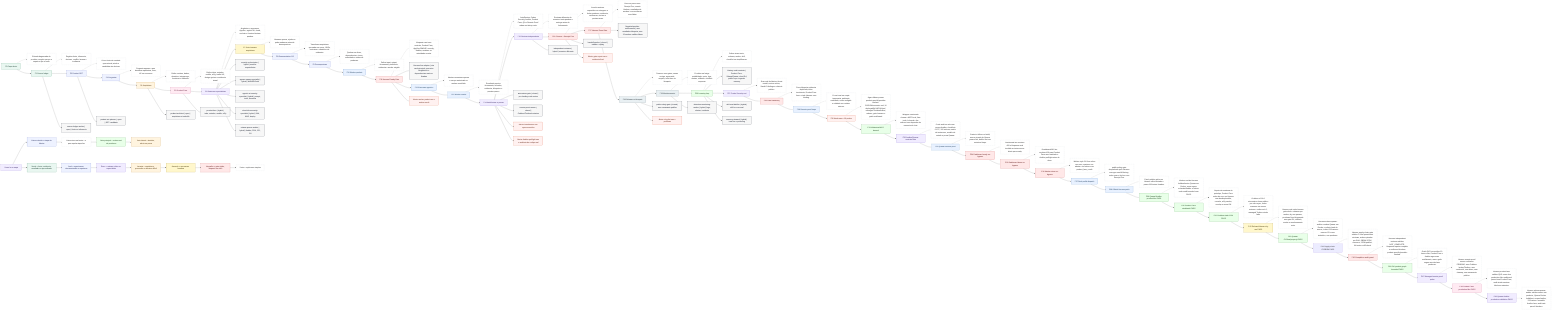
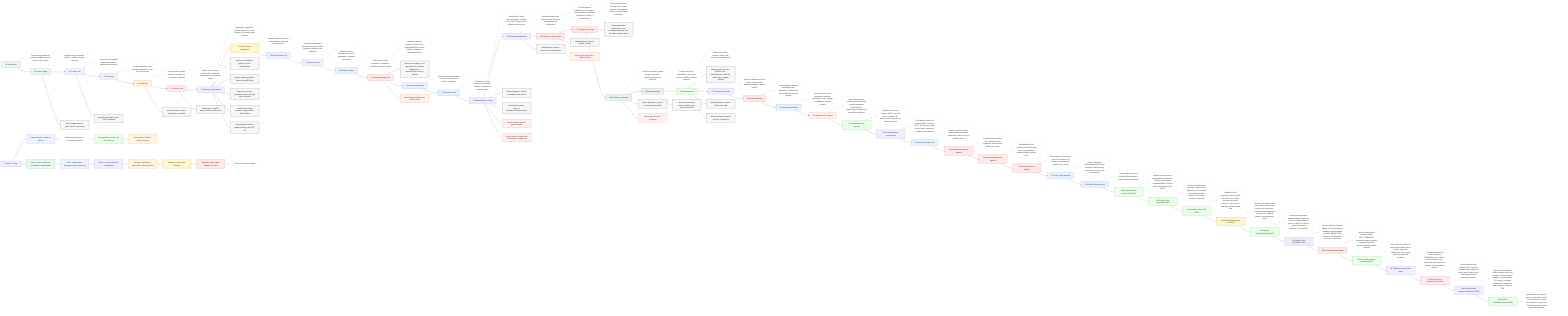
flowchart LR
  F0["F0 Paper bruto"]:::source
  F0D["Entrada baguncada do produto; congela escopo e separa o que e fonte."]:::desc
  F0 -.-> F0D
  F0 --> F1

  F1["F1 Source ledger"]:::source
  F1D["Registra fonte, inferencia, decisao, conflito, lacuna e confianca."]:::desc
  F1 -.-> F1D
  F1 --> F2

  F2["F2 Product SOT"]:::planning
  F2D["Cria a fonte da verdade operacional; ainda e candidata ate decisao."]:::desc
  F2 -.-> F2D
  F2 --> F3

  F3["F3 Perguntas"]:::planning
  F3D["Pergunta apenas o que destrava arquitetura, risco, UX ou execucao."]:::desc
  F3 -.-> F3D
  F3 --> F4

  F4["F4 Arquitetura"]:::architecture
  F4D["Define runtime, dados, dominios, integracoes, fronteiras e tradeoffs."]:::desc
  F4 -.-> F4D
  F4 --> F5

  F5["F5 Product Face"]:::face
  F5D["Define telas, estados, mobile, a11y, wallet UX, design system e evidencia visual."]:::desc
  F5 -.-> F5D
  F5 --> F6

  F6["F6 Revisoes especialistas"]:::review
  F6D["Arquitetura, seguranca, AppSec, agentic AI, cloud, onchain e frontend tentam quebrar."]:::desc
  F6 -.-> F6D
  F6 --> F7

  F7["F7 Gate humano arquitetura"]:::human
  F7D["Humano aprova, rejeita ou pede mudanca antes da decomposicao."]:::desc
  F7 -.-> F7D
  F7 --> F8

  F8["F8 Documentation OS"]:::planning
  F8D["Transforma arquitetura aprovada em specs, ADRs, contratos e caminhos de evidencia."]:::desc
  F8 -.-> F8D
  F8 --> F9

  F9["F9 Decomposicao"]:::planning
  F9D["Quebra em slices, dependencias, riscos, autoridade e ordem de producao."]:::desc
  F9 -.-> F9D
  F9 --> F10

  F10["F10 Worker packets"]:::execution
  F10D["Define input, output, ferramenta, proibicoes, evidencia e worker exigido."]:::desc
  F10 -.-> F10D
  F10 --> F11

  F11["F11 Hermes Ready Gate"]:::gate
  F11D["Bloqueia card sem contrato, Product Face, AppSec/OWASP, security, Auditor, reviewer ou autoridade correta."]:::desc
  F11 -.-> F11D
  F11 --> H1["Hermes live adapter | cria card principal, operarios obrigatorios e dependencias reais no Kanban"]:::worker
  F11 --> F12

  F12["F12 Execucao agentica"]:::execution
  F12D["Workers executam apenas o escopo autorizado no runtime escolhido."]:::desc
  F12 -.-> F12D
  F12 --> F13

  F13["F13 Worker results"]:::execution
  F13D["Resultado precisa ferramenta, achados, evidencia, bloqueios e proximo passo."]:::desc
  F13 -.-> F13D
  F13 --> F14

  F14["F14 AutoReview e provas"]:::review
  F14D["AutoReview, Codex Security, Auditor, Product Face, QA e Remote Proof rodam no timing certo."]:::desc
  F14 -.-> F14D
  F14 --> F15

  F15["F15 Revisao independente"]:::review
  F15D["Reviewer diferente do executor tenta quebrar a entrega antes do fechamento."]:::desc
  F15 -.-> F15D
  F15 --> F16

  F16["F16 Closure + Receipt Five"]:::gate
  F16D["Concilia workers requeridos vs entregues e fecha mudanca, evidencia, verificacao, revisao e proxima acao."]:::desc
  F16 -.-> F16D
  F16 --> F17

  F17["F17 Hermes Done Gate"]:::gate
  F17D["Done so passa com Receipt Five, evento Kanban, resultados de workers e reconciliacao sem faltas."]:::desc
  F17 -.-> F17D
  F17 --> H2["Negative/positive enforcement | sem resultados bloqueia; com 12 workers validos libera"]:::worker
  F17 --> F18

  F18["F18 Release ou bloqueio"]:::release
  F18D["Promove com gates; senao corrige, supersede, arquiva, volta fase ou bloqueia."]:::desc
  F18 -.-> F18D
  F18 --> F19

  F19["F19 Monitoramento"]:::release
  F19D["Produto real exige estabilidade, custo, logs, alertas, rollback e incident response."]:::desc
  F19 -.-> F19D
  F19 --> F20

  F20["F20 Learning loop"]:::learning
  F20D["Falhas viram teste, schema, worker, skill, checklist ou simplificacao."]:::desc
  F20 -.-> F20D
  F20 --> H3["Battery multi-contexto | Product Face, Solana/Quasar, cloud R4, public repo e agentic memory"]:::worker
  F20 --> F27

  F27["F27 Codex Security real"]:::review
  F27D["Scan real da fabrica: threat model, revisao critica, Bandit 0 findings e relatorio publico."]:::desc
  F27 -.-> F27D
  F27 --> F28

  F28["F28 Gate hardening"]:::gate
  F28D["Done bloqueia evidencia duplicada, inline inexistente, Product Face fraco e task Hermes sem binding."]:::desc
  F28 -.-> F28D
  F28 --> F29

  F29["F29 Remote proof limpo"]:::execution
  F29D["Prova local em copia temporaria, ambiente sanitizado, recibo redigido e validado em runtime externo."]:::desc
  F29 -.-> F29D
  F29 --> F30

  F30["F30 Ainda nao e 10 pratico"]:::alert
-   F30D["Agora faltam provas product-specific/provider-backed: CU/SVM/economic real, UI deployed/full WCAG/perf, managed Testbox/broker, release, gate humano e grafo reutilizavel."]:::desc
+   F30D["Agora faltam provas product-specific/provider-backed: managed Testbox/broker, release/gate humano R4 e grafo final reutilizavel."]:::desc
  F30 -.-> F30D
  F30 --> F31

  F31["F31 Whimsical MCP duravel"]:::learning
  F31D["Wrapper versionado chama o MCP local, lista tools, le board e faz edicoes sem depender da memoria do chat."]:::desc
  F31 -.-> F31D
  F31 --> F32

  F32["F32 Auditor/Quasar contrato forte"]:::review
  F32D["Code audit so vale com corpus Auditor, checklists 01-07, 100 vetores, matriz de instrucoes, modelo de estado e prova Quasar."]:::desc
  F32 -.-> F32D
  F32 --> F33

  F33["F33 Quasar runtime proof"]:::execution
  F33D["Crates.io falhou no build; source pinado do Quasar passou init, build e test em container limpo."]:::desc
  F33 -.-> F33D
  F33 --> F34

  F34["F34 Dashboard ready no-bypass"]:::gate
  F34D["Dashboard live recebeu 409 e bloqueou card invalida ao tentar mover direto para ready."]:::desc
  F34 -.-> F34D
  F34 --> F35

  F35["F35 Dashboard done no-bypass"]:::gate
  F35D["Dashboard/API live recebeu 409 para Product Face sem resultado e Auditor preflight antes de done."]:::desc
  F35 -.-> F35D
  F35 --> F36

  F36["F36 Worker done no-bypass"]:::gate
  F36D["Worker-style CLI live voltou nao-zero, manteve run aberta e so fechou com product_face_result."]:::desc
  F36 -.-> F36D
  F36 --> F37

  F37["F37 Real profile dispatch"]:::execution
  F37D["public-safety-gate despachado pelo Hermes carregou overkill-factory, rodou scan e fechou com Receipt Five."]:::desc
  F37 -.-> F37D
  F37 --> F38

  F38["F38 Official Hermes patch"]:::execution
  F38D["Patch publico aplica no Hermes oficial testado e passa 119 testes focados."]:::desc
  F38 -.-> F38D
  F38 --> F39

  F39["F39 Quasar/Auditor product-like PASS"]:::learning
  F39D["Worker real do Hermes buildou/testou Quasar em Docker, usou corpus solanabr/Auditor e fechou code-audit bounded com PASS."]:::desc
  F39 -.-> F39D
  F39 --> F40

  F40["F40 Product Face atualizado PASS"]:::learning
  F40D["Depois da mudanca do prototipo, Product Face rodou de novo no Hermes com desktop/mobile, console, a11y smoke, overlap e scans OK."]:::desc
  F40 -.-> F40D
  F40 --> F41

  F41["F41 Crabbox static-SSH PASS"]:::learning
  F41D["Crabbox v0.26.0 sincronizou clone publico por ssh+rsync, rodou scanners em runner externo e voltou exit 0; managed Testbox ainda falta."]:::desc
  F41 -.-> F41D
  F41 --> F42

  F42["F42 Release/Human dry-run PASS"]:::human
  F42D["Hermes real rodou human-gate-clerk e release-ops-worker; dry-run passou, producao ficou bloqueada sem gate R4, rollback, smoke e monitoramento reais."]:::desc
  F42 -.-> F42D
  F42 --> F43

  F43["F43 Quasar CU/fuzz/property PASS"]:::learning
  F43D["Hermes solana-quasar-auditor rerodou Quasar em Docker, conferiu hash do source, cobriu 513 casos e marcou CU como simbolico, nao producao."]:::desc
  F43 -.-> F43D
  F43 --> F44

  F44["F44 Supply-chain CI/SBOM PASS"]:::security
  F44D["Hermes supply-chain-gate validou CI com permissoes minimas, actions pinadas por SHA, SBOM SPDX, scanners, JSON publico, 64 testes e diff check."]:::desc
  F44 -.-> F44D
  F44 --> F45

  F45["F45 Completion audit guard"]:::gate
  F45D["Hermes independent-reviewer validou NOT_COMPLETE, bloqueou require-complete e confirmou blockers product-specific/provider-backed."]:::desc
  F45 -.-> F45D
  F45 --> F46

  F46["F46 Full product graph bounded PASS"]:::learning
  F46D["Grafo QVG reconciliou 10 lanes reais; Product Face e Auditor agora sao reutilizaveis, mas o grafo segue sem declarar producao."]:::desc
  F46 -.-> F46D
  F46 --> F47

  F47["F47 Managed remote proof probe"]:::review
  F47D["Hermes remote-proof-runner confirmou PENDING: sem Crabbox broker/Testbox, sem credencial, sem lease, sem cleanup; sem vazamento publico."]:::desc
  F47 -.-> F47D
  F47 --> F48

  F48["F48 Product Face production-like PASS"]:::face
  F48D["Hermes product-face validou QVG como alvo production-like reutilizavel para a lane Product Face; audit ainda manteve blockers restantes."]:::desc
  F48 -.-> F48D
  F48 --> F49

  F49["F49 Quasar Auditor production-validation PASS"]:::review
-   F49D["Hermes solana-quasar-auditor validou source em products, Quasar Docker build/test, corpus Auditor, 513 casos e reusable Auditor lane; audit caiu para 4 blockers."]:::desc
+   F49D["Hermes solana-quasar-auditor validou source em products, Quasar Docker build/test, corpus Auditor, 513 casos e reusable Auditor lane; audit caiu para 4 blockers antes do F50."]:::desc
  F49 -.-> F49D
+   F49 --> F50
+ 
+   F50["F50 Quasar CU/SVM/economic PASS"]:::learning
+   F50D["QuasarSVM real rodou no source em products, mediu CU por instrucao, testou sucesso/erro, provou sem CPI/fundos/escrita e audit caiu para 3 blockers."]:::desc
+   F50 -.-> F50D

  F1 --> W1["source-ledger-worker | open | fonte vs inferencia"]:::worker
  F2 --> W2["product-sot-planner | open | SOT candidata"]:::worker
  F4 --> W3["product-architect | open | arquitetura e tradeoffs"]:::worker
  F5 --> W4["product-face | hybrid | telas, estados, mobile, a11y"]:::worker
  F6 --> W5["security-orchestrator | hybrid | escolhe especialistas"]:::worker
  F6 --> W6["appsec-owasp-specialist | hybrid | Web/API/Auth"]:::worker
  F6 --> W7["agentic-ai-security-specialist | hybrid | prompt, tools, memoria"]:::worker
  F6 --> W8["cloud-infra-security-specialist | hybrid | IAM, KMS, deploy"]:::worker
  F6 --> W9["solana-quasar-auditor | hybrid | Auditor, PDA, CPI, CU"]:::worker
  F14 --> W10["autoreview-gate | closed | pre-landing code review"]:::worker
  F14 --> W11["remote-proof-runner | closed | Crabbox/Testbox/container"]:::worker
  F15 --> W12["independent-reviewer | hybrid | executor diferente"]:::worker
  F16 --> W13["handoff-packer | closed | estado e replay"]:::worker
  F18 --> W14["public-safety-gate | closed | sem vazamento publico"]:::worker
  F19 --> W15["detection-monitoring-worker | hybrid | logs, alertas, incidente"]:::worker
  F20 --> W16["skill-eval-distiller | hybrid | skill so com eval"]:::worker
  F20 --> W17["memory-steward | hybrid | trust tier e poisoning"]:::worker

  F11 --> A1["Alerta: worker packet nao e worker result"]:::alert
  F16 --> A2["Alerta: gate report nao e evidencia final"]:::alert
  F14 --> A3["Alerta: AutoReview nao aprova sozinho"]:::alert
  F14 --> A4["Alerta: Auditor preflight nao e auditoria de codigo real"]:::alert
  F18 --> A5["Alerta: dry pilot nao e producao"]:::alert

  LEGEND0["Como ler o mapa"]:::review
  LEGEND1["Caixa colorida = etapa da fabrica"]:::planning
  LEGEND2["Caixa cinza na frente = o que aquela etapa faz"]:::desc
  LEGEND3["Seta principal = ordem real de producao"]:::learning
  LEGEND4["Seta lateral = detalhe, alerta ou prova"]:::architecture
  LEGEND5["Verde = fonte, evidencia, resultado ou aprendizado"]:::source
  LEGEND6["Azul = organizacao, documentacao ou operacao"]:::planning
  LEGEND7["Roxo = revisao critica ou especialista"]:::review
  LEGEND8["Laranja = arquitetura, promocao ou decisao dificil"]:::architecture
  LEGEND9["Amarelo = aprovacao humana"]:::human
  LEGEND10["Vermelho = gate rigido, bloqueio ou risco"]:::gate
  LEGEND11["Prata = explicacao simples"]:::desc

  LEGEND0 --> LEGEND1 --> LEGEND2 --> LEGEND3 --> LEGEND4
  LEGEND0 --> LEGEND5 --> LEGEND6 --> LEGEND7 --> LEGEND8 --> LEGEND9 --> LEGEND10 --> LEGEND11

  classDef source fill:#e9f7f1,stroke:#217a54,color:#12372a;
  classDef planning fill:#eef2ff,stroke:#4f63c6,color:#1c2455;
  classDef architecture fill:#fff4df,stroke:#b36b00,color:#4a2d00;
  classDef face fill:#ffeaf2,stroke:#c23b72,color:#5f1735;
  classDef review fill:#f1ecff,stroke:#7656c9,color:#33215f;
  classDef human fill:#fff7cc,stroke:#9b7a00,color:#3d3000;
  classDef execution fill:#e8f1ff,stroke:#2e6db5,color:#173858;
  classDef gate fill:#ffe8e8,stroke:#bf3434,color:#5a1111;
  classDef release fill:#e9f0f3,stroke:#51626b,color:#202b30;
  classDef learning fill:#e8ffe8,stroke:#3b8b3b,color:#173d17;
  classDef desc fill:#ffffff,stroke:#aab3bd,color:#222222,stroke-dasharray: 3 3;
  classDef worker fill:#f7f7f7,stroke:#111827,color:#111827;
  classDef alert fill:#fff1f0,stroke:#d4380d,color:#5c1a08;
